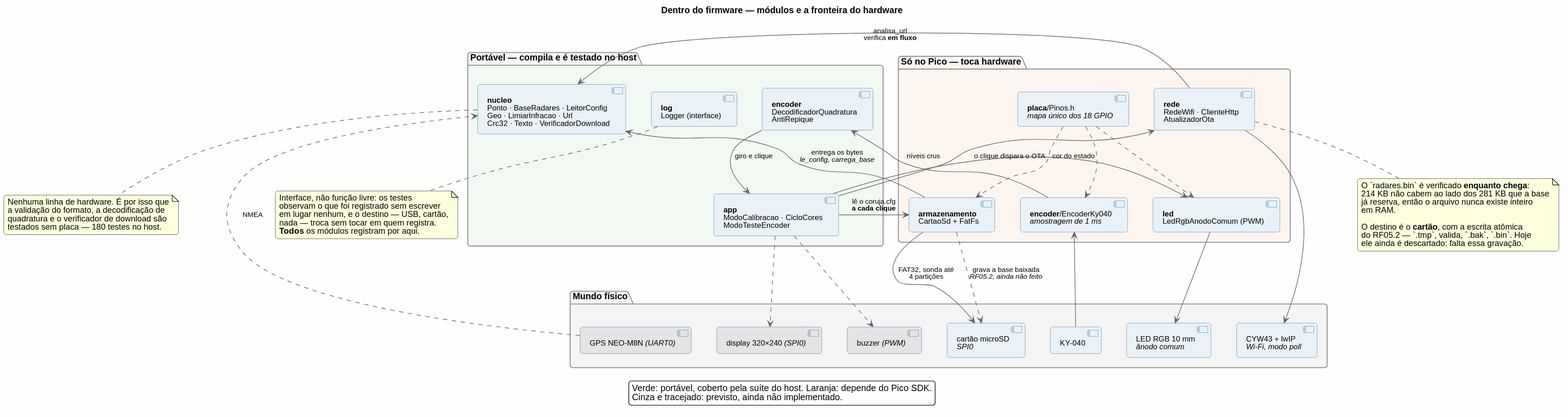
The PlantUML diagram docs/firmware.svg in paulovitorbal/coruja_gps, before a commit.
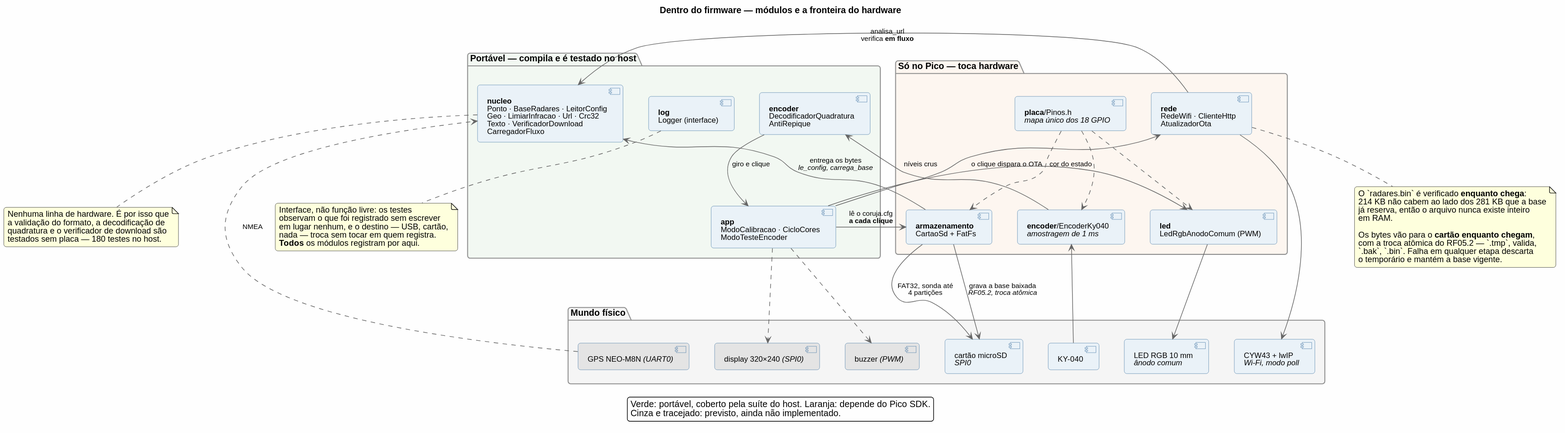
After the commit.

Diff of the diagram source:
```diff
@@ -23,7 +23,7 @@
 
 package "Portável — compila e é testado no host" as portavel #F2F8F2 {
   component "**app**\nModoCalibracao · CicloCores\nModoTesteEncoder" as app
-  component "**nucleo**\nPonto · BaseRadares · LeitorConfig\nGeo · LimiarInfracao · Url\nCrc32 · Texto · VerificadorDownload" as nucleo
+  component "**nucleo**\nPonto · BaseRadares · LeitorConfig\nGeo · LimiarInfracao · Url · Crc32\nTexto · VerificadorDownload\nCarregadorFluxo" as nucleo
   component "**encoder**\nDecodificadorQuadratura\nAntiRepique" as enc
   component "**log**\nLogger (interface)" as logm
 }
@@ -55,7 +55,7 @@
 
 app --> arm : lê o coruja.cfg\n**a cada clique**
 arm --> sd : FAT32, sonda até\n4 partições
-arm ..> sd : grava a base baixada\n//RF05.2, ainda não feito//
+arm --> sd : grava a base baixada\n//RF05.2, troca atômica//
 arm --> nucleo : entrega os bytes\n//le_config, carrega_base//
 
 app --> rede : o clique dispara o OTA
@@ -91,9 +91,10 @@
   já reserva, então o arquivo nunca existe inteiro
   em RAM.
 
-  O destino é o **cartão**, com a escrita atômica
-  do RF05.2 — `.tmp`, valida, `.bak`, `.bin`. Hoje
-  ele ainda é descartado: falta essa gravação.
+  Os bytes vão para o **cartão enquanto chegam**,
+  com a troca atômica do RF05.2 — `.tmp`, valida,
+  `.bak`, `.bin`. Falha em qualquer etapa descarta
+  o temporário e mantém a base vigente.
 end note
 
 legend bottom
```
